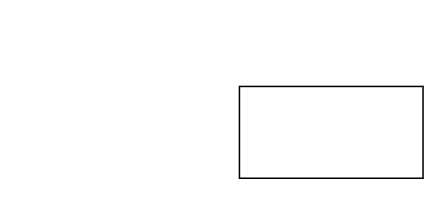
Above: proj/Untitled Diagram.drawio in ruipengliu/books (draw.io), before the change. Source tidied: cells renumbered, new cells numbered last; positions are measured from the earlier drawing's top-left corner, leaving out a move shared by most shapes. Both pictures are drawn from the tidied source at 153%, with x=0, y=0 at pixel (239, 86).
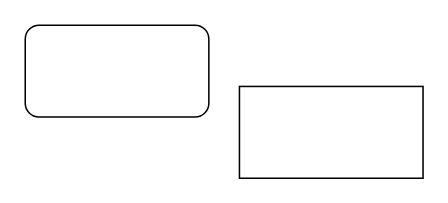
After the change.

Change to the diagram source:
```diff
@@
 <mxGraphModel>
   <root>
     <mxCell id="0" />
     <mxCell id="1" parent="0" />
     <mxCell id="2" style="rounded=0;whiteSpace=wrap;html=1;" parent="1" vertex="1">
       <mxGeometry width="120" height="60" as="geometry" />
     </mxCell>
+    <mxCell id="3" style="rounded=1;whiteSpace=wrap;html=1;" parent="1" vertex="1">
+      <mxGeometry x="-140" y="-40" width="120" height="60" as="geometry" />
+    </mxCell>
   </root>
 </mxGraphModel>
```
